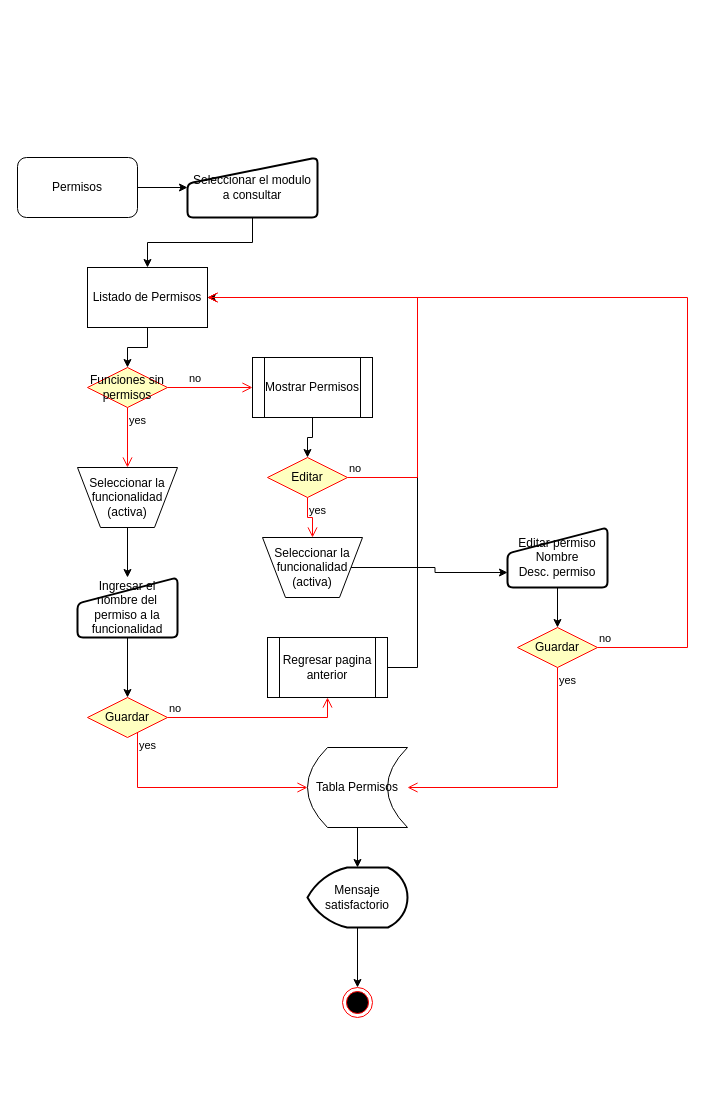
rrpovando/ProyectoDB keeps this draw.io diagram as page "Permisos" (2 of 5) of Proyecto.drawio. Above is the earlier version. Source tidied: cells renumbered, new cells numbered last; positions are measured from the earlier drawing's top-left corner, leaving out a move shared by most shapes. Both pictures are drawn from the tidied source at 100%, with x=0, y=0 at pixel (17, 157).
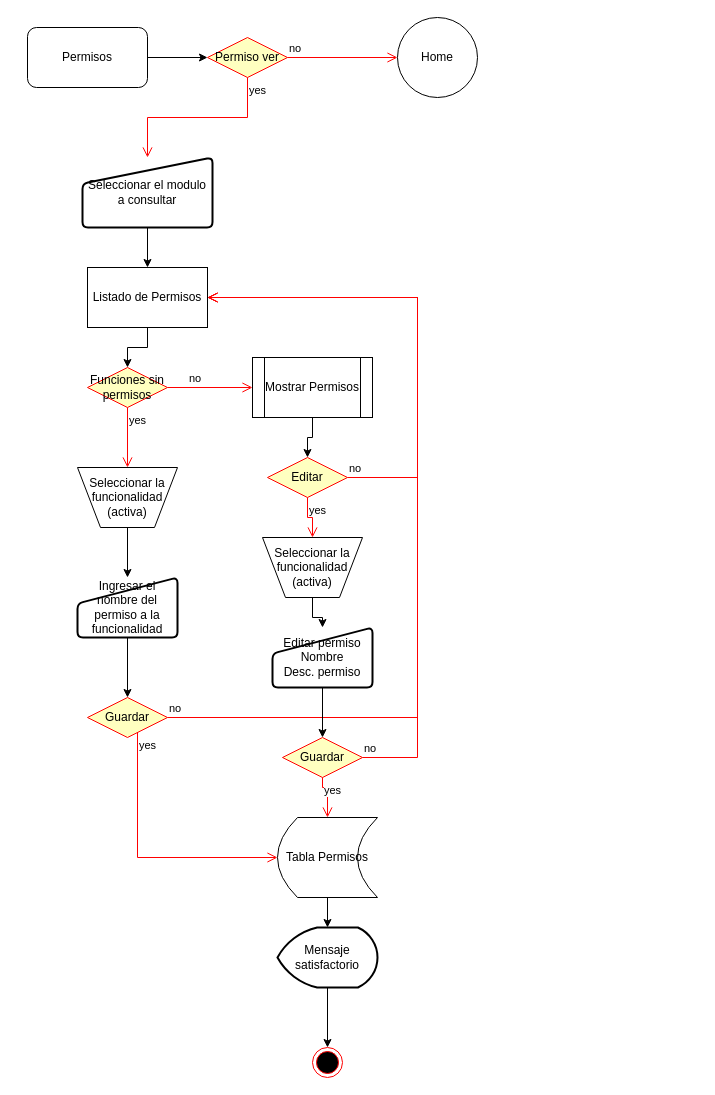
Above is the later version.

The change refers to these unchanged cells:
```xml
<mxCell id="11" value="Guardar" style="rhombus;whiteSpace=wrap;html=1;fillColor=#ffffc0;strokeColor=#ff0000;" parent="1" vertex="1">
  <mxGeometry x="70" y="540" width="80" height="40" as="geometry" />
</mxCell>
<mxCell id="16" value="Listado de Permisos" style="rounded=0;whiteSpace=wrap;html=1;fillColor=none;" parent="1" vertex="1">
  <mxGeometry x="70" y="110" width="120" height="60" as="geometry" />
</mxCell>
<mxCell id="35" value="&lt;span&gt;Seleccionar la funcionalidad (activa)&lt;/span&gt;" style="verticalLabelPosition=middle;verticalAlign=middle;html=1;shape=trapezoid;perimeter=trapezoidPerimeter;whiteSpace=wrap;size=0.23;arcSize=10;flipV=1;labelPosition=center;align=center;" parent="1" vertex="1">
  <mxGeometry x="245" y="380" width="100" height="60" as="geometry" />
</mxCell>
```

Diff of the diagram source:
```diff
@@
-    <mxCell id="2" style="edgeStyle=orthogonalEdgeStyle;rounded=0;jettySize=auto;html=1;entryX=0;entryY=0.5;entryDx=0;entryDy=0;" parent="1" edge="1" source="3" target="32">
+    <mxCell id="2" style="edgeStyle=orthogonalEdgeStyle;rounded=0;jettySize=auto;html=1;entryX=0;entryY=0.5;entryDx=0;entryDy=0;" parent="1" edge="1" source="3" target="38">
       <mxGeometry relative="1" as="geometry" />
     </mxCell>
     <mxCell id="3" value="Permisos" style="rounded=1;whiteSpace=wrap;html=1;" parent="1" vertex="1">
-      <mxGeometry width="120" height="60" as="geometry" />
+      <mxGeometry x="10" y="-130" width="120" height="60" as="geometry" />
     </mxCell>
@@
-    <mxCell id="12" value="no" style="edgeStyle=orthogonalEdgeStyle;html=1;align=left;verticalAlign=bottom;endArrow=open;endSize=8;strokeColor=#ff0000;rounded=0;entryX=0.5;entryY=1;entryDx=0;entryDy=0;" parent="1" edge="1" source="11" target="36">
+    <mxCell id="12" value="no" style="edgeStyle=orthogonalEdgeStyle;html=1;align=left;verticalAlign=bottom;endArrow=open;endSize=8;strokeColor=#ff0000;rounded=0;entryX=1;entryY=0.5;entryDx=0;entryDy=0;" parent="1" edge="1" source="11" target="16">
       <mxGeometry x="-1" relative="1" as="geometry">
         <Array as="points">
-          <mxPoint x="310" y="560" />
+          <mxPoint x="400" y="560" />
+          <mxPoint x="400" y="140" />
         </Array>
       </mxGeometry>
     </mxCell>
@@
-    <mxCell id="14" style="endArrow=classic;html=1;rounded=0;exitX=1;exitY=0.5;exitDx=0;exitDy=0;entryX=1;entryY=0.5;entryDx=0;entryDy=0;" parent="1" edge="1" source="36" target="16">
-      <mxGeometry relative="1" as="geometry">
-        <Array as="points">
-          <mxPoint x="400" y="510" />
-          <mxPoint x="400" y="140" />
-        </Array>
-      </mxGeometry>
-    </mxCell>
@@
-    <mxCell id="20" style="edgeStyle=orthogonalEdgeStyle;rounded=0;jettySize=auto;html=1;entryX=0;entryY=0.75;entryDx=0;entryDy=0;exitX=1;exitY=0.5;exitDx=0;exitDy=0;" parent="1" edge="1" source="35" target="28">
+    <mxCell id="20" style="edgeStyle=orthogonalEdgeStyle;rounded=0;jettySize=auto;html=1;exitX=0.5;exitY=1;exitDx=0;exitDy=0;" parent="1" edge="1" source="35" target="28">
       <mxGeometry relative="1" as="geometry" />
     </mxCell>
@@
     <mxCell id="22" value="Guardar" style="rhombus;whiteSpace=wrap;html=1;fillColor=#ffffc0;strokeColor=#ff0000;" parent="1" vertex="1">
-      <mxGeometry x="500" y="470" width="80" height="40" as="geometry" />
+      <mxGeometry x="265" y="580" width="80" height="40" as="geometry" />
     </mxCell>
-    <mxCell id="23" value="no" style="edgeStyle=orthogonalEdgeStyle;html=1;align=left;verticalAlign=bottom;endArrow=open;endSize=8;strokeColor=#ff0000;rounded=0;" parent="1" edge="1" source="22">
+    <mxCell id="23" value="no" style="edgeStyle=orthogonalEdgeStyle;html=1;align=left;verticalAlign=bottom;endArrow=open;endSize=8;strokeColor=#ff0000;rounded=0;exitX=1;exitY=0.5;exitDx=0;exitDy=0;" parent="1" edge="1" source="22">
       <mxGeometry x="-1" relative="1" as="geometry">
         <mxPoint x="190" y="140" as="targetPoint" />
         <Array as="points">
-          <mxPoint x="670" y="490" />
-          <mxPoint x="670" y="140" />
+          <mxPoint x="400" y="600" />
+          <mxPoint x="400" y="140" />
         </Array>
       </mxGeometry>
     </mxCell>
-    <mxCell id="24" value="yes" style="edgeStyle=orthogonalEdgeStyle;html=1;align=left;verticalAlign=top;endArrow=open;endSize=8;strokeColor=#ff0000;rounded=0;entryX=1;entryY=0.5;entryDx=0;entryDy=0;" parent="1" edge="1" source="22" target="26">
+    <mxCell id="24" value="yes" style="edgeStyle=orthogonalEdgeStyle;html=1;align=left;verticalAlign=top;endArrow=open;endSize=8;strokeColor=#ff0000;rounded=0;entryX=0.5;entryY=0;entryDx=0;entryDy=0;exitX=0.5;exitY=1;exitDx=0;exitDy=0;" parent="1" edge="1" source="22" target="26">
       <mxGeometry x="-1" relative="1" as="geometry">
         <Array as="points">
-          <mxPoint x="540" y="630" />
+          <mxPoint x="305" y="630" />
+          <mxPoint x="310" y="630" />
         </Array>
       </mxGeometry>
     </mxCell>
@@
     <mxCell id="26" value="Tabla Permisos" style="shape=dataStorage;whiteSpace=wrap;html=1;fixedSize=1;fillColor=none;" parent="1" vertex="1">
-      <mxGeometry x="290" y="590" width="100" height="80" as="geometry" />
+      <mxGeometry x="260" y="660" width="100" height="80" as="geometry" />
     </mxCell>
@@
     <mxCell id="28" value="&lt;span&gt;Editar permiso&lt;/span&gt;&lt;br&gt;&lt;span&gt;Nombre&lt;/span&gt;&lt;br&gt;&lt;span&gt;Desc. permiso&lt;/span&gt;" style="html=1;strokeWidth=2;shape=manualInput;whiteSpace=wrap;rounded=1;size=26;arcSize=11;" parent="1" vertex="1">
-      <mxGeometry x="490" y="370" width="100" height="60" as="geometry" />
+      <mxGeometry x="255" y="470" width="100" height="60" as="geometry" />
     </mxCell>
@@
     <mxCell id="30" value="&lt;span&gt;Mensaje satisfactorio&lt;/span&gt;" style="strokeWidth=2;html=1;shape=mxgraph.flowchart.display;whiteSpace=wrap;" parent="1" vertex="1">
-      <mxGeometry x="290" y="710" width="100" height="60" as="geometry" />
+      <mxGeometry x="260" y="770" width="100" height="60" as="geometry" />
     </mxCell>
     <mxCell id="31" style="ellipse;html=1;shape=endState;fillColor=#000000;strokeColor=#ff0000;" parent="1" vertex="1">
-      <mxGeometry x="325" y="830" width="30" height="30" as="geometry" />
+      <mxGeometry x="295" y="890" width="30" height="30" as="geometry" />
     </mxCell>
     <mxCell id="32" value="&lt;span&gt;Seleccionar el modulo a consultar&lt;/span&gt;" style="html=1;strokeWidth=2;shape=manualInput;whiteSpace=wrap;rounded=1;size=26;arcSize=11;" parent="1" vertex="1">
-      <mxGeometry x="170" width="130" height="60" as="geometry" />
+      <mxGeometry x="65" width="130" height="70" as="geometry" />
     </mxCell>
@@
-    <mxCell id="36" value="&lt;span&gt;Regresar pagina anterior&lt;/span&gt;" style="shape=process;whiteSpace=wrap;html=1;backgroundOutline=1;" parent="1" vertex="1">
-      <mxGeometry x="250" y="480" width="120" height="60" as="geometry" />
-    </mxCell>
+    <mxCell id="37" value="Home" style="ellipse;whiteSpace=wrap;html=1;fillColor=none;" parent="1" vertex="1">
+      <mxGeometry x="380" y="-140" width="80" height="80" as="geometry" />
+    </mxCell>
+    <mxCell id="38" value="Permiso ver" style="rhombus;whiteSpace=wrap;html=1;fillColor=#ffffc0;strokeColor=#ff0000;" parent="1" vertex="1">
+      <mxGeometry x="190" y="-120" width="80" height="40" as="geometry" />
+    </mxCell>
+    <mxCell id="39" value="no" style="edgeStyle=orthogonalEdgeStyle;html=1;align=left;verticalAlign=bottom;endArrow=open;endSize=8;strokeColor=#ff0000;rounded=0;entryX=0;entryY=0.5;entryDx=0;entryDy=0;exitX=1;exitY=0.5;exitDx=0;exitDy=0;" parent="1" edge="1" source="38" target="37">
+      <mxGeometry x="-1" relative="1" as="geometry" />
+    </mxCell>
+    <mxCell id="40" value="yes" style="edgeStyle=orthogonalEdgeStyle;html=1;align=left;verticalAlign=top;endArrow=open;endSize=8;strokeColor=#ff0000;rounded=0;" parent="1" edge="1" source="38" target="32">
+      <mxGeometry x="-1" relative="1" as="geometry" />
+    </mxCell>
```
